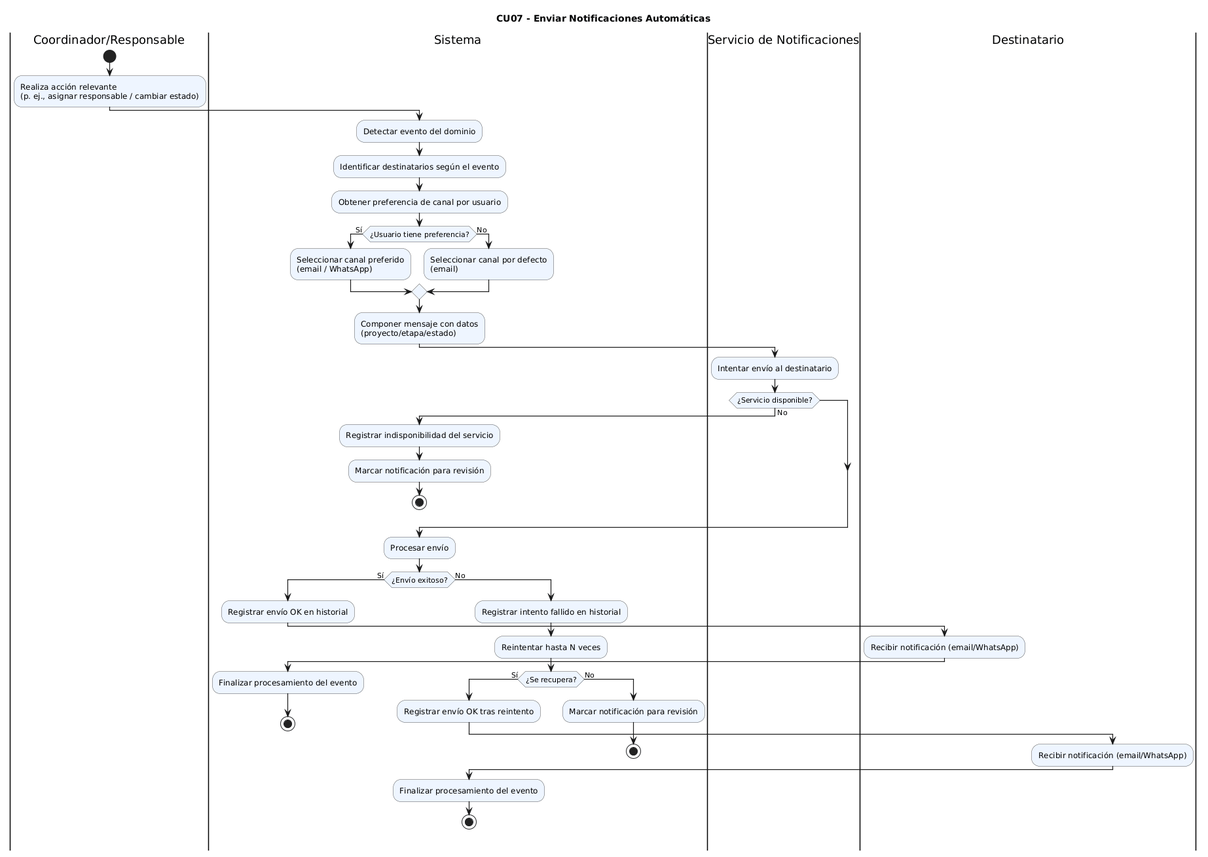
Above: diagramas/04-diagramas-actividades/04-actividad-enviar-notificaciones-automaticas-07.png in dantebiondi666-prog/SistemaProductoraVideos (PlantUML), before the change. Its diagram source:
```plantuml
@startuml
title CU07 - Enviar Notificaciones Automáticas

skinparam activity {
  ArrowThickness 1.2
  BorderColor #555
  BackgroundColor #eef5ff
}
skinparam Shadowing false

|Coordinador/Responsable|
start
:Realiza acción relevante\n(p. ej., asignar responsable / cambiar estado);

|Sistema|
:Detectar evento del dominio;
:Identificar destinatarios según el evento;
:Obtener preferencia de canal por usuario;

if (¿Usuario tiene preferencia?) then (Sí)
  :Seleccionar canal preferido\n(email / WhatsApp);
else (No)
  :Seleccionar canal por defecto\n(email);
endif

:Componer mensaje con datos\n(proyecto/etapa/estado);

|Servicio de Notificaciones|
:Intentar envío al destinatario;

if (¿Servicio disponible?) then (No)
  |Sistema|
  :Registrar indisponibilidad del servicio;
  :Marcar notificación para revisión;
  stop
endif

:Procesar envío;
if (¿Envío exitoso?) then (Sí)
  |Sistema|
  :Registrar envío OK en historial;
  |Destinatario|
  :Recibir notificación (email/WhatsApp);
  |Sistema|
  :Finalizar procesamiento del evento;
  stop
else (No)
  |Sistema|
  :Registrar intento fallido en historial;
  :Reintentar hasta N veces;
  if (¿Se recupera?) then (Sí)
    :Registrar envío OK tras reintento;
    |Destinatario|
    :Recibir notificación (email/WhatsApp);
    |Sistema|
    :Finalizar procesamiento del evento;
    stop
  else (No)
    :Marcar notificación para revisión;
    stop
  endif
endif
@enduml
```
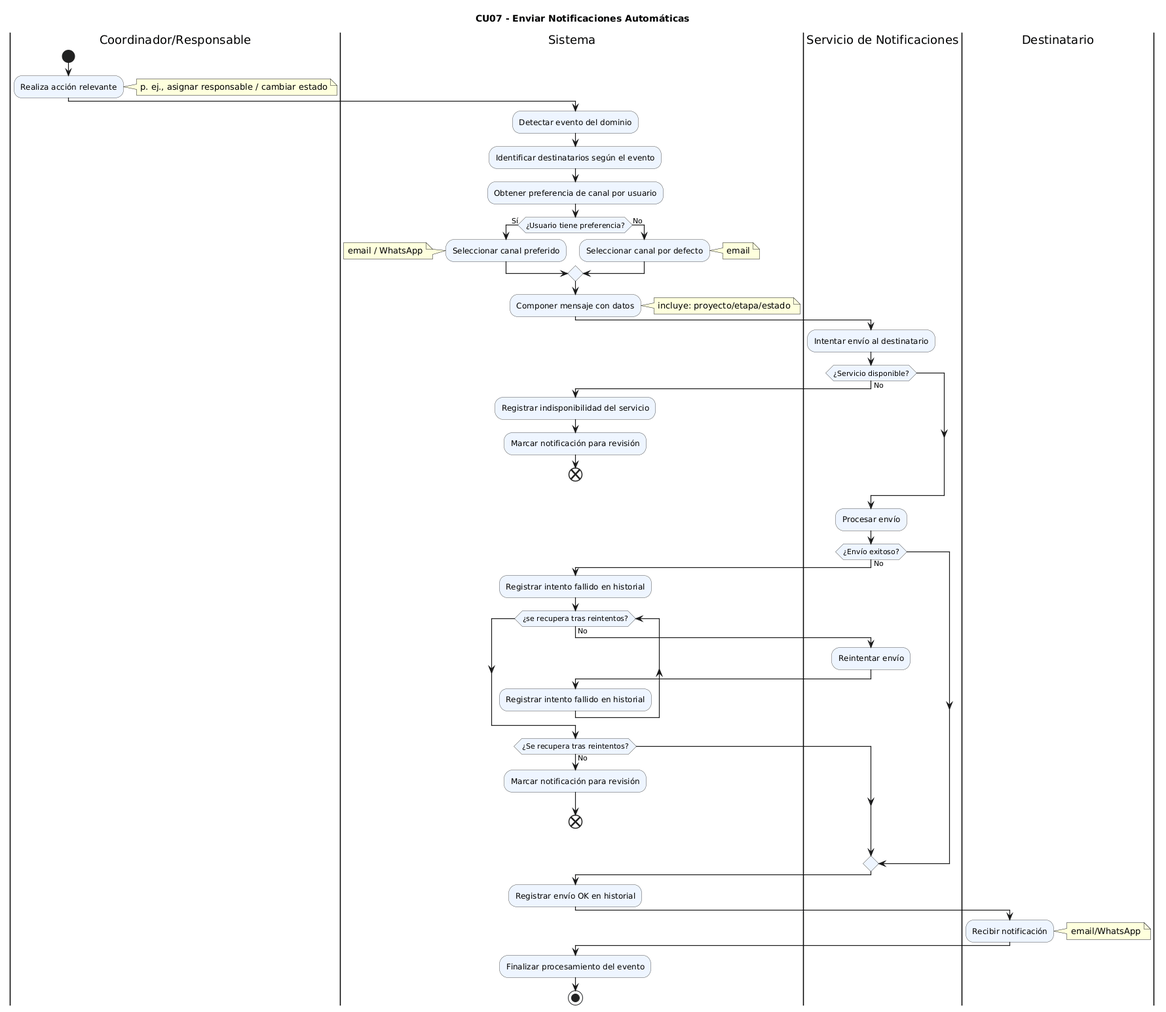
The same file after the commit.

The edit, as a diff of the source:
```diff
@@ -10,7 +10,10 @@
 
 |Coordinador/Responsable|
 start
-:Realiza acción relevante\n(p. ej., asignar responsable / cambiar estado);
+:Realiza acción relevante;
+note right
+p. ej., asignar responsable / cambiar estado
+end note
 
 |Sistema|
 :Detectar evento del dominio;
@@ -18,12 +21,21 @@
 :Obtener preferencia de canal por usuario;
 
 if (¿Usuario tiene preferencia?) then (Sí)
-  :Seleccionar canal preferido\n(email / WhatsApp);
+  :Seleccionar canal preferido;
+  note left
+  email / WhatsApp
+  end note
 else (No)
-  :Seleccionar canal por defecto\n(email);
+  :Seleccionar canal por defecto;
+  note right
+  email
+  end note
 endif
 
-:Componer mensaje con datos\n(proyecto/etapa/estado);
+:Componer mensaje con datos;
+note right
+incluye: proyecto/etapa/estado
+end note
 
 |Servicio de Notificaciones|
 :Intentar envío al destinatario;
@@ -32,32 +44,34 @@
   |Sistema|
   :Registrar indisponibilidad del servicio;
   :Marcar notificación para revisión;
-  stop
+  end
 endif
 
+|Servicio de Notificaciones|
 :Procesar envío;
-if (¿Envío exitoso?) then (Sí)
-  |Sistema|
-  :Registrar envío OK en historial;
-  |Destinatario|
-  :Recibir notificación (email/WhatsApp);
-  |Sistema|
-  :Finalizar procesamiento del evento;
-  stop
-else (No)
+if (¿Envío exitoso?) then (No)
   |Sistema|
   :Registrar intento fallido en historial;
-  :Reintentar hasta N veces;
-  if (¿Se recupera?) then (Sí)
-    :Registrar envío OK tras reintento;
-    |Destinatario|
-    :Recibir notificación (email/WhatsApp);
+  while (¿se recupera tras reintentos?) is (No)
+  |Servicio de Notificaciones|
+    :Reintentar envío;
     |Sistema|
-    :Finalizar procesamiento del evento;
-    stop
-  else (No)
+    :Registrar intento fallido en historial;
+  endwhile
+  if (¿Se recupera tras reintentos?) then (No)
     :Marcar notificación para revisión;
-    stop
+    end
   endif
 endif
+
+|Sistema|
+:Registrar envío OK en historial;
+|Destinatario|
+:Recibir notificación;
+note right
+email/WhatsApp
+end note
+|Sistema|
+:Finalizar procesamiento del evento;
+stop
 @enduml
```
